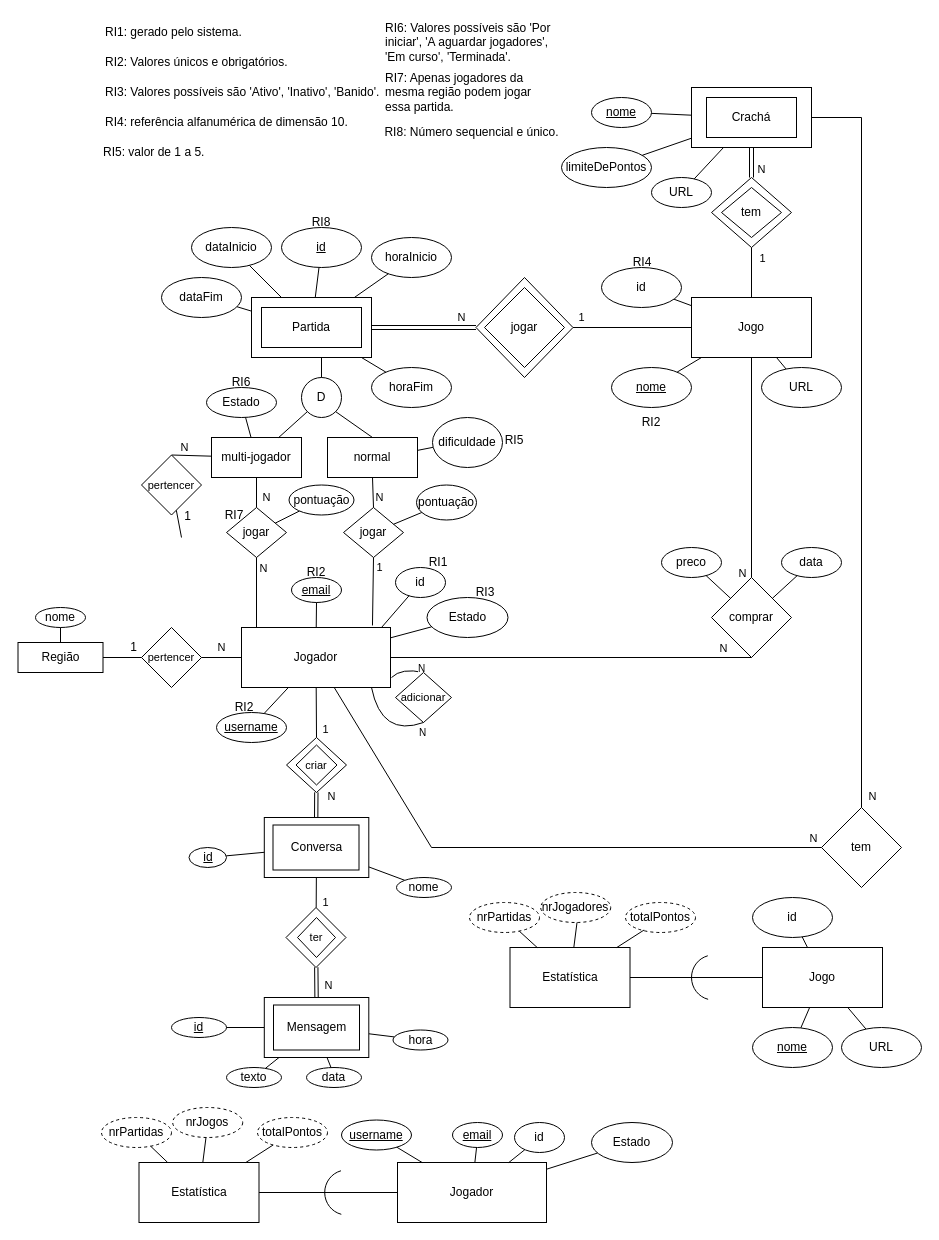
DiogoFAS/LEIC-42D-SI keeps this draw.io diagram as docs/Fase1.drawio. Above is the earlier version. Source tidied: cells renumbered, new cells numbered last; positions are measured from the earlier drawing's top-left corner, leaving out a move shared by most shapes. Both pictures are drawn from the tidied source at 100%, with x=0, y=0 at pixel (17, 17).
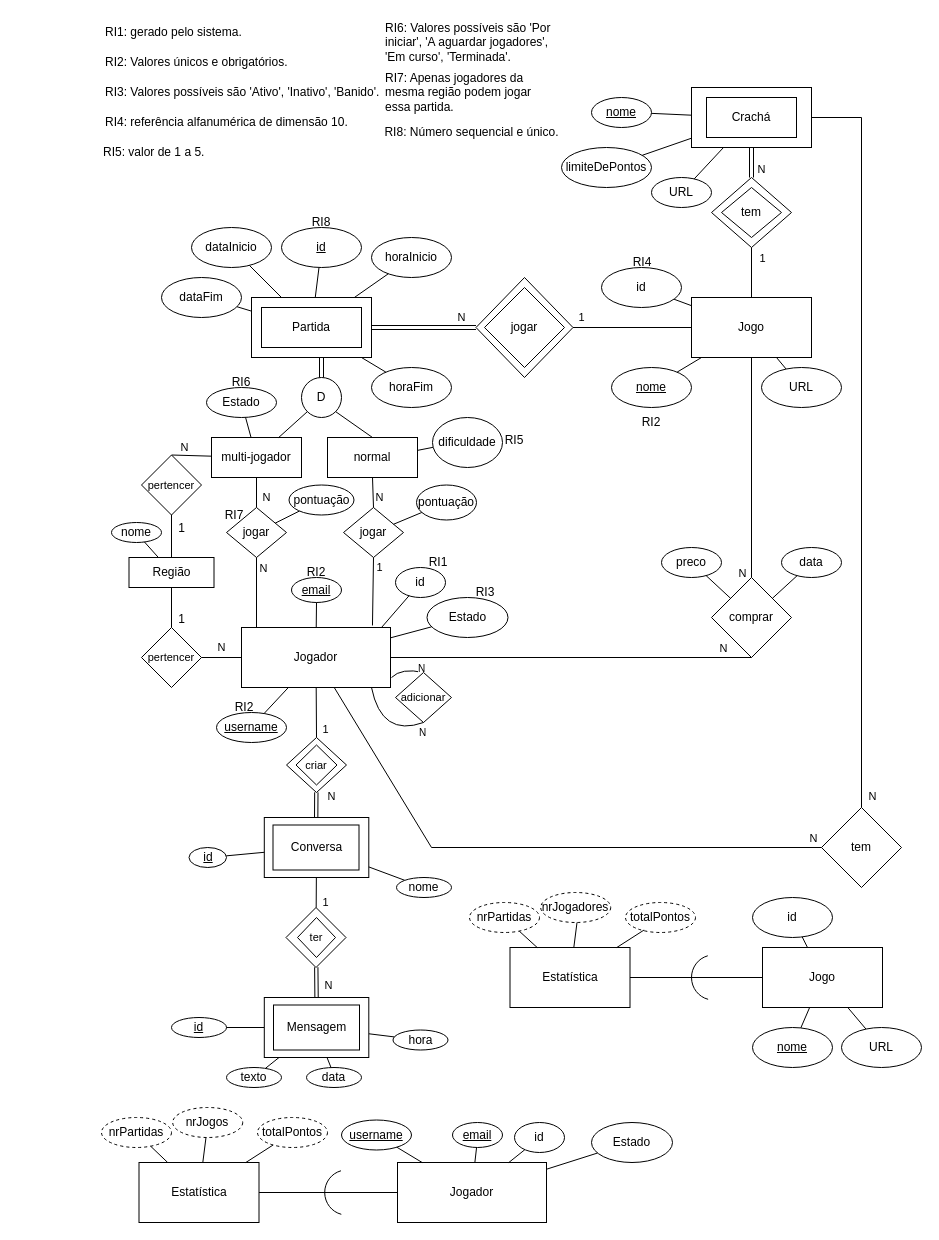
The same page after the edit.

Unchanged cells that the change refers to:
```xml
<mxCell id="48" value="pertencer" style="rhombus;whiteSpace=wrap;html=1;fontSize=11;" parent="1" vertex="1">
  <mxGeometry x="124" y="610" width="60" height="60" as="geometry" />
</mxCell>
<mxCell id="51" value="D" style="ellipse;whiteSpace=wrap;html=1;" parent="1" vertex="1">
  <mxGeometry x="284" y="360" width="40" height="40" as="geometry" />
</mxCell>
<mxCell id="111" value="pertencer" style="rhombus;whiteSpace=wrap;html=1;fontSize=11;" parent="1" vertex="1">
  <mxGeometry x="124" y="437.5" width="60" height="60" as="geometry" />
</mxCell>
```

Change to the diagram source:
```diff
@@
     <mxCell id="17" value="Região" style="rounded=0;whiteSpace=wrap;html=1;" parent="1" vertex="1">
-      <mxGeometry x="0.5" y="625" width="85" height="30" as="geometry" />
+      <mxGeometry x="111.5" y="540" width="85" height="30" as="geometry" />
     </mxCell>
     <mxCell id="18" value="nome" style="ellipse;whiteSpace=wrap;html=1;" parent="1" vertex="1">
-      <mxGeometry x="18" y="590" width="50" height="20" as="geometry" />
+      <mxGeometry x="94" y="505" width="50" height="20" as="geometry" />
     </mxCell>
@@
-    <mxCell id="50" value="1" style="endArrow=none;html=1;rounded=0;exitX=1;exitY=0.5;exitDx=0;exitDy=0;fontSize=12;" parent="1" edge="1" source="17" target="48">
+    <mxCell id="50" value="1" style="endArrow=none;html=1;rounded=0;exitX=0.5;exitY=1;exitDx=0;exitDy=0;fontSize=12;" parent="1" edge="1" source="17" target="48">
       <mxGeometry x="0.58" y="10" relative="1" as="geometry" />
     </mxCell>
@@
-    <mxCell id="52" style="endArrow=none;html=1;rounded=0;" parent="1" edge="1" source="51">
+    <mxCell id="52" style="endArrow=none;html=1;rounded=0;shape=link;" parent="1" edge="1" source="51">
       <mxGeometry relative="1" as="geometry">
         <mxPoint x="304" y="340" as="targetPoint" />
       </mxGeometry>
     </mxCell>
@@
-    <mxCell id="110" value="1" style="endArrow=none;html=1;rounded=0;fontSize=12;" parent="1" edge="1" source="111">
-      <mxGeometry x="-0.41" y="10" relative="1" as="geometry">
-        <mxPoint x="164" y="520" as="targetPoint" />
-      </mxGeometry>
+    <mxCell id="110" value="1" style="endArrow=none;html=1;rounded=0;fontSize=12;entryX=0.5;entryY=0;entryDx=0;entryDy=0;" parent="1" edge="1" source="111" target="17">
+      <mxGeometry x="-0.41" y="10" relative="1" as="geometry" />
     </mxCell>
```
